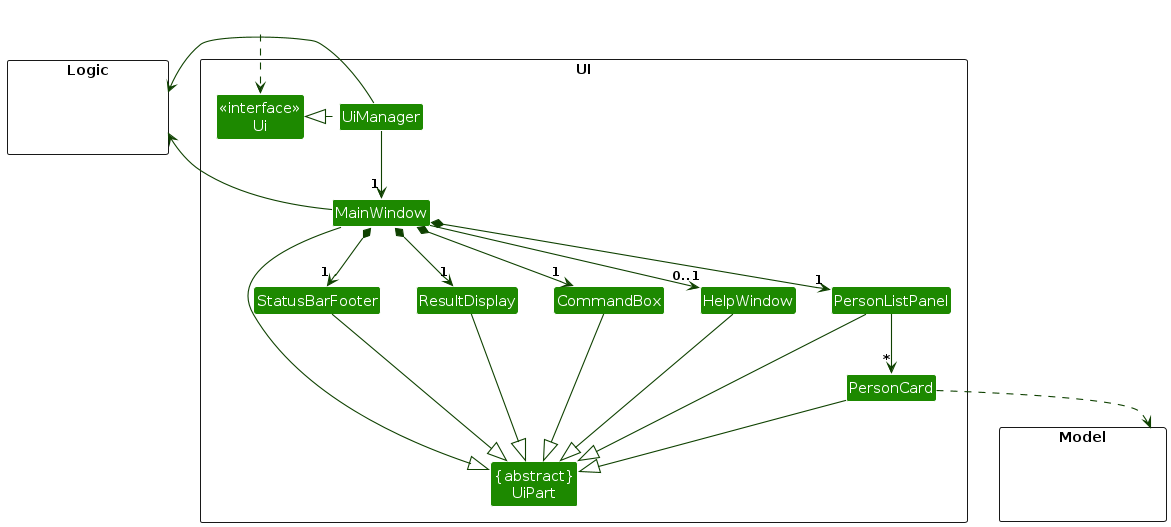
The PlantUML diagram diagrams/UiClassDiagram.png in AY2627S1-CS2103T-W14-2/tp, before a commit. Its source is kept beside it as diagrams/UiClassDiagram.puml. Its diagram source:
```plantuml
@startuml
!include style.puml
skinparam arrowThickness 1.1
skinparam arrowColor UI_COLOR_T4
skinparam classBackgroundColor UI_COLOR

package UI <<Rectangle>>{
Class "<<interface>>\nUi" as Ui
Class "{abstract}\nUiPart" as UiPart
Class UiManager
Class MainWindow
Class HelpWindow
Class ResultDisplay
Class PersonListPanel
Class PersonCard
Class StatusBarFooter
Class CommandBox
}

package Model <<Rectangle>> {
Class HiddenModel #FFFFFF
}

package Logic <<Rectangle>> {
Class HiddenLogic #FFFFFF
}

Class HiddenOutside #FFFFFF
HiddenOutside ..> Ui

UiManager .left.|> Ui
UiManager -down-> "1" MainWindow
MainWindow *-down->  "1" CommandBox
MainWindow *-down-> "1" ResultDisplay
MainWindow *-down-> "1" PersonListPanel
MainWindow *-down-> "1" StatusBarFooter
MainWindow --> "0..1" HelpWindow

PersonListPanel -down-> "*" PersonCard

MainWindow -left-|> UiPart

ResultDisplay --|> UiPart
CommandBox --|> UiPart
PersonListPanel --|> UiPart
PersonCard --|> UiPart
StatusBarFooter --|> UiPart
HelpWindow --|> UiPart

PersonCard ..> Model
UiManager -right-> Logic
MainWindow -left-> Logic

PersonListPanel -[hidden]left- HelpWindow
HelpWindow -[hidden]left- CommandBox
CommandBox -[hidden]left- ResultDisplay
ResultDisplay -[hidden]left- StatusBarFooter

MainWindow -[hidden]-|> UiPart
@enduml
```
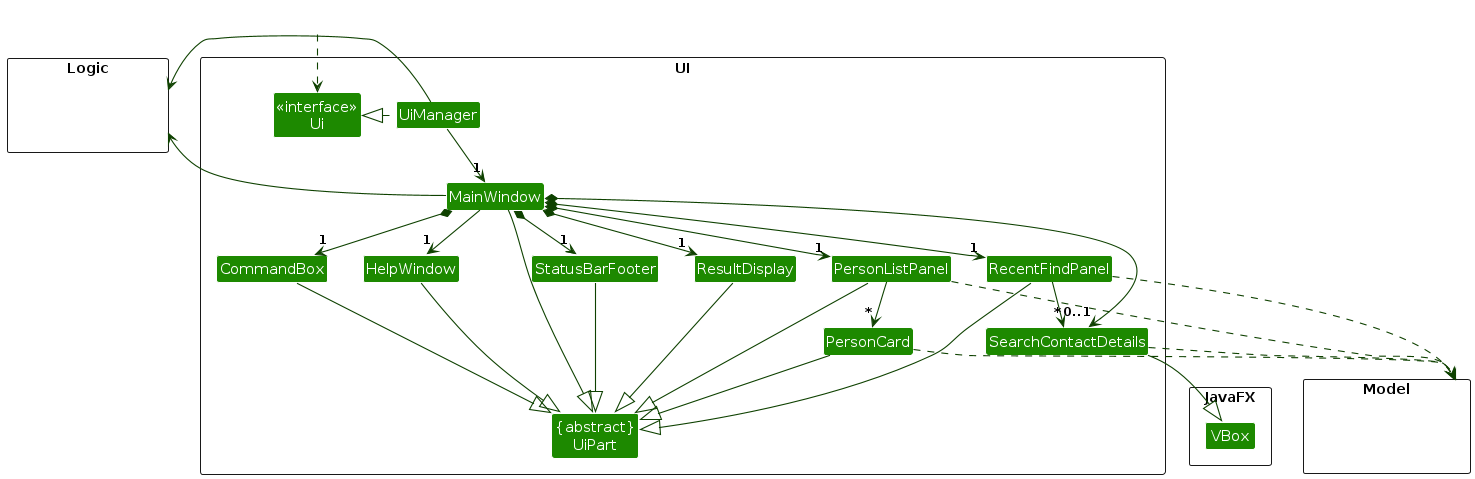
After the commit.

Change to the diagram source:
```diff
@@ -3,6 +3,8 @@
 skinparam arrowThickness 1.1
 skinparam arrowColor UI_COLOR_T4
 skinparam classBackgroundColor UI_COLOR
+skinparam nodesep 35
+skinparam ranksep 45
 
 package UI <<Rectangle>>{
 Class "<<interface>>\nUi" as Ui
@@ -13,8 +15,14 @@
 Class ResultDisplay
 Class PersonListPanel
 Class PersonCard
+Class RecentFindPanel
+Class SearchContactDetails
 Class StatusBarFooter
 Class CommandBox
+}
+
+package JavaFX <<Rectangle>> {
+Class VBox
 }
 
 package Model <<Rectangle>> {
@@ -33,10 +41,13 @@
 MainWindow *-down->  "1" CommandBox
 MainWindow *-down-> "1" ResultDisplay
 MainWindow *-down-> "1" PersonListPanel
+MainWindow *-down-> "1" RecentFindPanel
 MainWindow *-down-> "1" StatusBarFooter
-MainWindow --> "0..1" HelpWindow
+MainWindow --> "1" HelpWindow
 
 PersonListPanel -down-> "*" PersonCard
+MainWindow *-down-> "0..1" SearchContactDetails
+RecentFindPanel -down-> "*" SearchContactDetails
 
 MainWindow -left-|> UiPart
 
@@ -44,14 +55,20 @@
 CommandBox --|> UiPart
 PersonListPanel --|> UiPart
 PersonCard --|> UiPart
+RecentFindPanel --|> UiPart
 StatusBarFooter --|> UiPart
 HelpWindow --|> UiPart
+SearchContactDetails --|> VBox
 
 PersonCard ..> Model
+PersonListPanel ..> Model
+RecentFindPanel ..> Model
+SearchContactDetails ..> Model
 UiManager -right-> Logic
 MainWindow -left-> Logic
 
 PersonListPanel -[hidden]left- HelpWindow
+RecentFindPanel -[hidden]left- PersonListPanel
 HelpWindow -[hidden]left- CommandBox
 CommandBox -[hidden]left- ResultDisplay
 ResultDisplay -[hidden]left- StatusBarFooter
```
